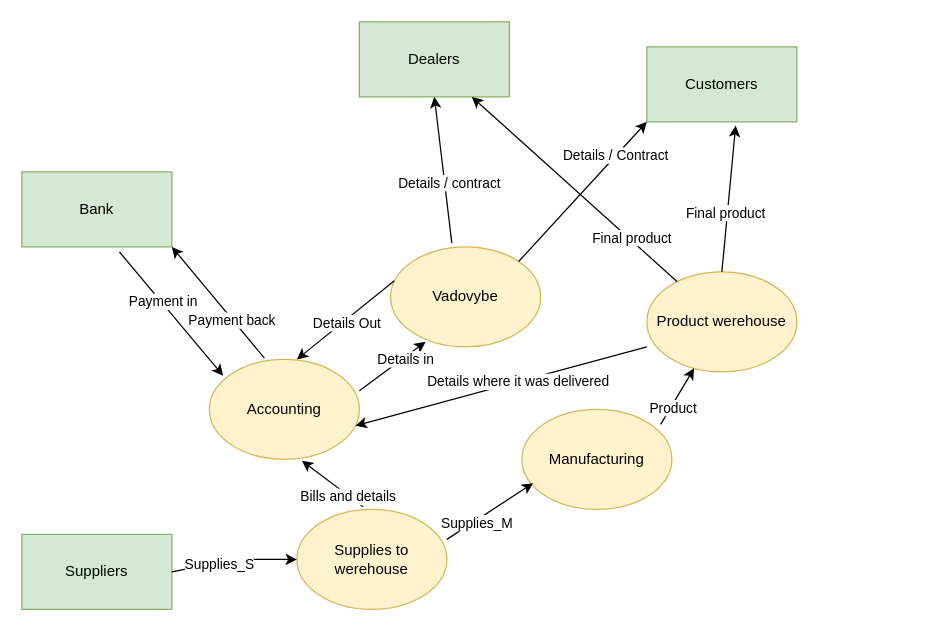
This is Untitled Diagram.drawio from combatants7/Win, a draw.io file, before an edit. Source tidied: cells renumbered, new cells numbered last; positions are measured from the earlier drawing's top-left corner, leaving out a move shared by most shapes. Both pictures are drawn from the tidied source at 125%, with x=0, y=0 at pixel (21, 21).
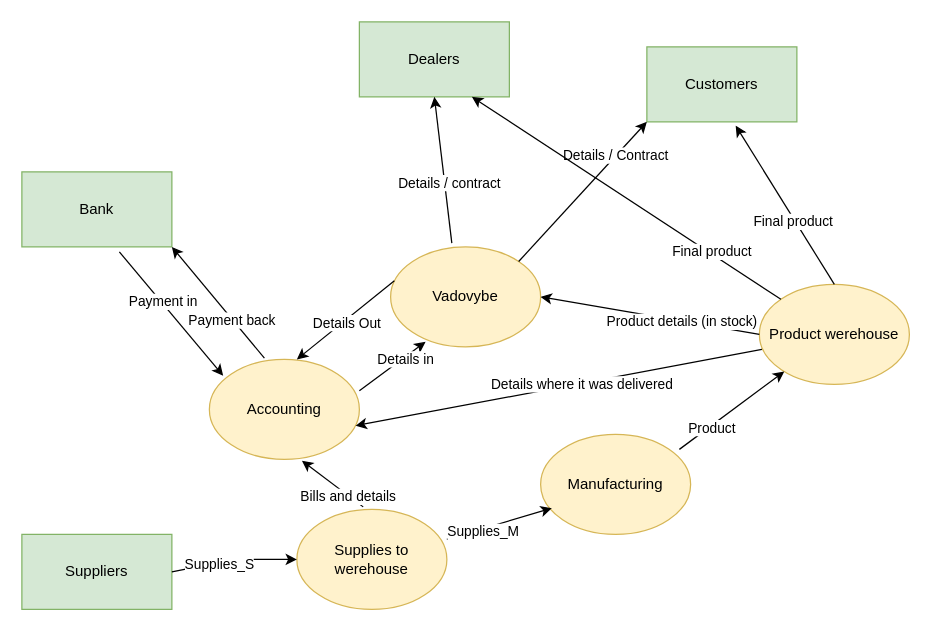
The same page after the edit.

Unchanged cells that the change refers to:
```xml
<mxCell id="2" value="Vadovybe" style="ellipse;whiteSpace=wrap;html=1;fillColor=#fff2cc;strokeColor=#d6b656;" parent="1" vertex="1">
  <mxGeometry x="295" y="180" width="120" height="80" as="geometry" />
</mxCell>
<mxCell id="8" value="Accounting" style="ellipse;whiteSpace=wrap;html=1;fillColor=#fff2cc;strokeColor=#d6b656;" parent="1" vertex="1">
  <mxGeometry x="150" y="270" width="120" height="80" as="geometry" />
</mxCell>
```

Diff of the diagram source:
```diff
@@
     <mxCell id="7" value="Product werehouse" style="ellipse;whiteSpace=wrap;html=1;fillColor=#fff2cc;strokeColor=#d6b656;" parent="1" vertex="1">
-      <mxGeometry x="500" y="200" width="120" height="80" as="geometry" />
+      <mxGeometry x="590" y="210" width="120" height="80" as="geometry" />
     </mxCell>
@@
     <mxCell id="9" value="Manufacturing" style="ellipse;whiteSpace=wrap;html=1;fillColor=#fff2cc;strokeColor=#d6b656;" parent="1" vertex="1">
-      <mxGeometry x="400" y="310" width="120" height="80" as="geometry" />
+      <mxGeometry x="415" y="330" width="120" height="80" as="geometry" />
     </mxCell>
@@
-    <mxCell id="29" style="endArrow=classic;html=1;entryX=0.975;entryY=0.663;entryDx=0;entryDy=0;exitX=0;exitY=0.5;exitDx=0;exitDy=0;entryPerimeter=0;" parent="1" edge="1" target="8">
-      <mxGeometry relative="1" as="geometry">
-        <mxPoint x="500" y="260" as="sourcePoint" />
-      </mxGeometry>
+    <mxCell id="29" style="endArrow=classic;html=1;entryX=0.975;entryY=0.663;entryDx=0;entryDy=0;exitX=0.017;exitY=0.65;exitDx=0;exitDy=0;entryPerimeter=0;exitPerimeter=0;" parent="1" edge="1" source="7" target="8">
+      <mxGeometry relative="1" as="geometry" />
     </mxCell>
@@
+    <mxCell id="37" style="endArrow=classic;html=1;entryX=1;entryY=0.5;entryDx=0;entryDy=0;exitX=0;exitY=0.5;exitDx=0;exitDy=0;" parent="1" edge="1" source="7" target="2">
+      <mxGeometry relative="1" as="geometry" />
+    </mxCell>
+    <mxCell id="38" value="Product details (in stock)" style="edgeLabel;html=1;align=center;verticalAlign=middle;" parent="37" vertex="1">
+      <mxGeometry x="-0.29" relative="1" as="geometry" />
+    </mxCell>
```
